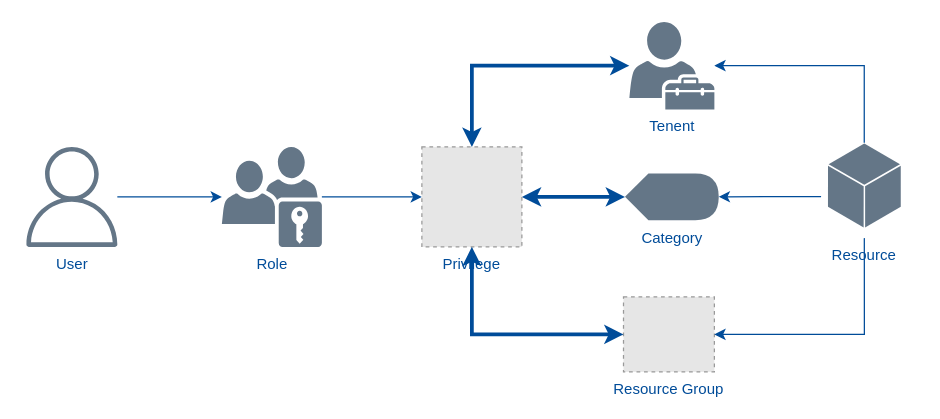
Above: page "第 1 页" (1 of 2) of st/aaa.drawio in gaivin/drawio (draw.io), before the change. Source tidied: cells renumbered, new cells numbered last; positions are measured from the earlier drawing's top-left corner, leaving out a move shared by most shapes. Both pictures are drawn from the tidied source at 125%, with x=0, y=0 at pixel (21, 21). Pictures stored in the file or linked from it are replaced by grey dashed boxes.
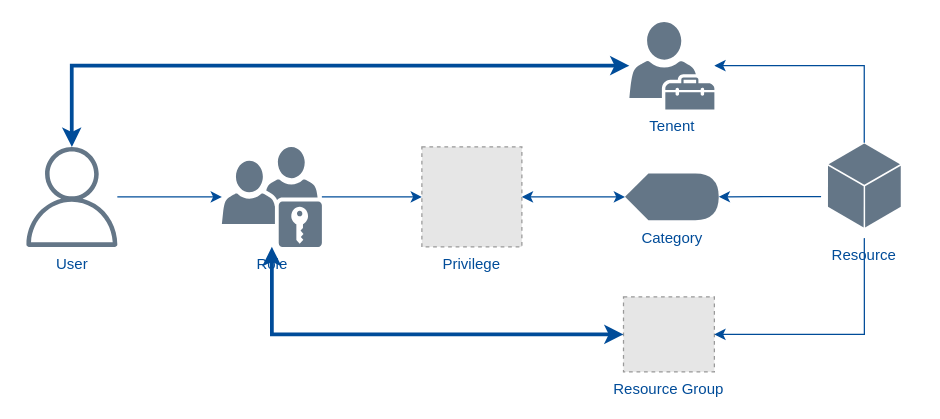
The same diagram, later.

Unchanged cells that the change refers to:
```xml
<mxCell id="3" value="Role" style="sketch=0;shadow=0;dashed=0;html=1;strokeColor=none;fillColor=#647687;labelPosition=center;verticalLabelPosition=bottom;verticalAlign=top;outlineConnect=0;align=center;shape=mxgraph.office.security.role_group;fontColor=#004C99;" parent="1" vertex="1">
  <mxGeometry x="160" y="100" width="80" height="80" as="geometry" />
</mxCell>
<mxCell id="7" value="Privilege" style="fillColor=#E6E6E6;strokeColor=#999999;dashed=1;verticalLabelPosition=bottom;labelBackgroundColor=default;verticalAlign=top;fontColor=#004C99;" parent="1" vertex="1">
  <mxGeometry x="320" y="100" width="80" height="80" as="geometry" />
</mxCell>
<mxCell id="8" value="Resource Group" style="fillColor=#E6E6E6;strokeColor=#999999;dashed=1;verticalLabelPosition=bottom;labelBackgroundColor=#ffffff;verticalAlign=top;fontColor=#004C99;" parent="1" vertex="1">
  <mxGeometry x="481.3" y="220" width="72.7" height="60" as="geometry" />
</mxCell>
<mxCell id="14" value="Category" style="shape=display;whiteSpace=wrap;strokeColor=none;strokeWidth=2;fontColor=#004C99;fillColor=#647687;labelPosition=center;verticalLabelPosition=bottom;align=center;verticalAlign=top;" parent="1" vertex="1">
  <mxGeometry x="482.5" y="121.2" width="75" height="37.5" as="geometry" />
</mxCell>
<mxCell id="17" value="Tenent" style="sketch=0;shadow=0;dashed=0;html=1;strokeColor=none;fillColor=#647687;labelPosition=center;verticalLabelPosition=bottom;verticalAlign=top;outlineConnect=0;align=center;shape=mxgraph.office.users.tenant_admin;strokeWidth=2;fontColor=#004C99;" parent="1" vertex="1">
  <mxGeometry x="486" width="68" height="70" as="geometry" />
</mxCell>
```

The edit, as a diff of the source:
```diff
@@
-    <mxCell id="5" value="User" style="sketch=0;outlineConnect=0;fontColor=#004C99;fillColor=#647687;strokeColor=none;dashed=0;verticalLabelPosition=bottom;verticalAlign=top;align=center;html=1;fontSize=12;fontStyle=0;shape=mxgraph.aws4.user;" parent="1" vertex="1">
-      <mxGeometry y="100" width="80" height="80" as="geometry" />
-    </mxCell>
-    <mxCell id="6" style="edgeStyle=orthogonalEdgeStyle;rounded=0;jettySize=auto;html=1;exitX=1;exitY=0.5;exitDx=0;exitDy=0;fontColor=#004C99;startArrow=classic;startFill=1;strokeWidth=3;strokeColor=#004C99;" parent="1" edge="1" source="7" target="14">
+    <mxCell id="6" style="edgeStyle=orthogonalEdgeStyle;rounded=0;jettySize=auto;html=1;exitX=1;exitY=0.5;exitDx=0;exitDy=0;fontColor=#004C99;startArrow=classic;startFill=1;strokeWidth=1;strokeColor=#004C99;" parent="1" edge="1" source="7" target="14">
       <mxGeometry relative="1" as="geometry" />
     </mxCell>
@@
-    <mxCell id="16" style="edgeStyle=orthogonalEdgeStyle;rounded=0;jettySize=auto;html=1;fontColor=#004C99;startArrow=classic;startFill=1;strokeWidth=3;strokeColor=#004C99;" parent="1" edge="1" source="17" target="7">
-      <mxGeometry relative="1" as="geometry" />
-    </mxCell>
+    <mxCell id="20" style="edgeStyle=orthogonalEdgeStyle;rounded=0;jettySize=auto;html=1;strokeColor=#004C99;strokeWidth=3;fontColor=#004C99;startArrow=classic;startFill=1;" parent="1" edge="1" source="17" target="5">
+      <mxGeometry relative="1" as="geometry" />
+    </mxCell>
@@
-    <mxCell id="19" style="edgeStyle=orthogonalEdgeStyle;rounded=0;jettySize=auto;html=1;exitX=0.5;exitY=1;exitDx=0;exitDy=0;entryX=0;entryY=0.5;entryDx=0;entryDy=0;fontColor=#004C99;startArrow=classic;startFill=1;strokeWidth=3;strokeColor=#004C99;" parent="1" edge="1" source="7" target="8">
-      <mxGeometry relative="1" as="geometry" />
+    <mxCell id="19" style="edgeStyle=orthogonalEdgeStyle;rounded=0;jettySize=auto;html=1;entryX=0;entryY=0.5;entryDx=0;entryDy=0;fontColor=#004C99;startArrow=classic;startFill=1;strokeWidth=3;strokeColor=#004C99;" parent="1" edge="1" source="3" target="8">
+      <mxGeometry relative="1" as="geometry">
+        <Array as="points">
+          <mxPoint x="200" y="250" />
+        </Array>
+      </mxGeometry>
     </mxCell>
+    <mxCell id="5" value="User" style="sketch=0;outlineConnect=0;fontColor=#004C99;fillColor=#647687;strokeColor=none;dashed=0;verticalLabelPosition=bottom;verticalAlign=top;align=center;html=1;fontSize=12;fontStyle=0;shape=mxgraph.aws4.user;" parent="1" vertex="1">
+      <mxGeometry y="100" width="80" height="80" as="geometry" />
+    </mxCell>
```
